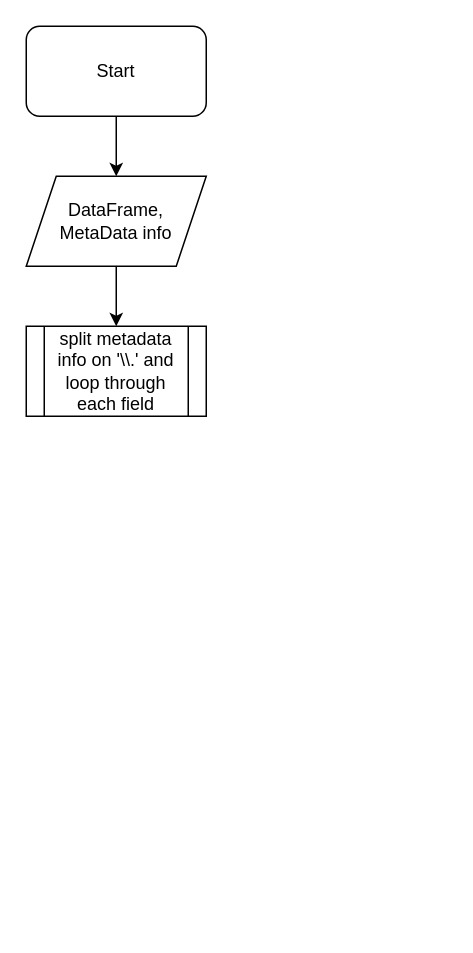
The draw.io diagram column_validation.drawio in praneethsai83/GenericProcessing, before the edit. Source tidied: cells renumbered, new cells numbered last; positions are measured from the earlier drawing's top-left corner, leaving out a move shared by most shapes. Both pictures are drawn from the tidied source at 150%, with x=0, y=0 at pixel (26, 26).
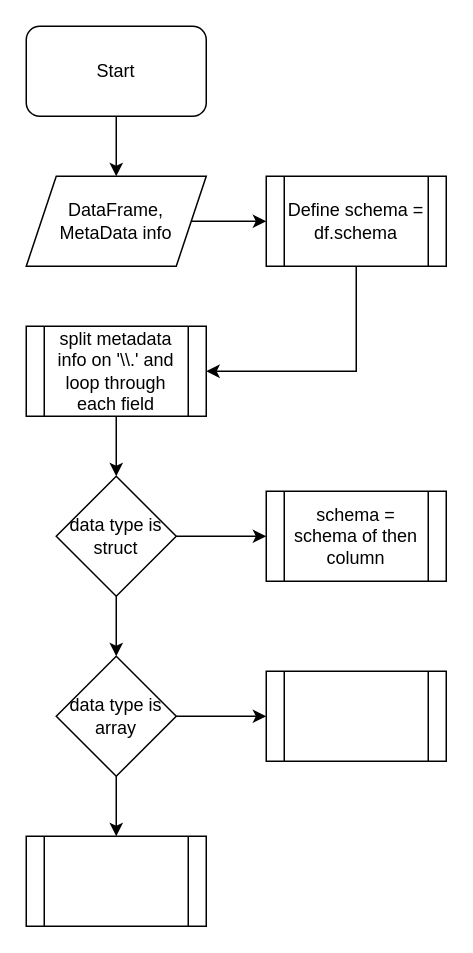
After the change.

Unchanged cells that the change refers to:
```xml
<mxCell id="5" value="DataFrame,&lt;br&gt;MetaData info" style="shape=parallelogram;perimeter=parallelogramPerimeter;whiteSpace=wrap;html=1;fixedSize=1;" parent="1" vertex="1">
  <mxGeometry y="100" width="120" height="60" as="geometry" />
</mxCell>
<mxCell id="6" value="split metadata info on '\\.' and loop through each field" style="shape=process;whiteSpace=wrap;html=1;backgroundOutline=1;" parent="1" vertex="1">
  <mxGeometry y="200" width="120" height="60" as="geometry" />
</mxCell>
```

Diff of the diagram source:
```diff
@@
-    <mxCell id="4" style="edgeStyle=orthogonalEdgeStyle;rounded=0;jettySize=auto;html=1;" parent="1" edge="1" source="5" target="6">
-      <mxGeometry relative="1" as="geometry" />
-    </mxCell>
+    <mxCell id="7" style="edgeStyle=orthogonalEdgeStyle;rounded=0;jettySize=auto;html=1;" parent="1" edge="1" source="5" target="19">
+      <mxGeometry relative="1" as="geometry" />
+    </mxCell>
@@
+    <mxCell id="8" style="edgeStyle=orthogonalEdgeStyle;rounded=0;jettySize=auto;html=1;" parent="1" edge="1" source="6" target="11">
+      <mxGeometry relative="1" as="geometry" />
+    </mxCell>
@@
+    <mxCell id="9" style="edgeStyle=orthogonalEdgeStyle;rounded=0;jettySize=auto;html=1;" parent="1" edge="1" source="11" target="14">
+      <mxGeometry relative="1" as="geometry" />
+    </mxCell>
+    <mxCell id="10" style="edgeStyle=orthogonalEdgeStyle;rounded=0;jettySize=auto;html=1;" parent="1" edge="1" source="11" target="15">
+      <mxGeometry relative="1" as="geometry" />
+    </mxCell>
+    <mxCell id="11" value="data type is struct" style="rhombus;whiteSpace=wrap;html=1;" parent="1" vertex="1">
+      <mxGeometry x="20" y="300" width="80" height="80" as="geometry" />
+    </mxCell>
+    <mxCell id="12" style="edgeStyle=orthogonalEdgeStyle;rounded=0;jettySize=auto;html=1;" parent="1" edge="1" source="14" target="16">
+      <mxGeometry relative="1" as="geometry" />
+    </mxCell>
+    <mxCell id="13" style="edgeStyle=orthogonalEdgeStyle;rounded=0;jettySize=auto;html=1;" parent="1" edge="1" source="14" target="17">
+      <mxGeometry relative="1" as="geometry" />
+    </mxCell>
+    <mxCell id="14" value="data type is array" style="rhombus;whiteSpace=wrap;html=1;" parent="1" vertex="1">
+      <mxGeometry x="20" y="420" width="80" height="80" as="geometry" />
+    </mxCell>
+    <mxCell id="15" value="schema = schema of then column" style="shape=process;whiteSpace=wrap;html=1;backgroundOutline=1;" parent="1" vertex="1">
+      <mxGeometry x="160" y="310" width="120" height="60" as="geometry" />
+    </mxCell>
+    <mxCell id="16" style="shape=process;whiteSpace=wrap;html=1;backgroundOutline=1;" parent="1" vertex="1">
+      <mxGeometry x="160" y="430" width="120" height="60" as="geometry" />
+    </mxCell>
+    <mxCell id="17" style="shape=process;whiteSpace=wrap;html=1;backgroundOutline=1;" parent="1" vertex="1">
+      <mxGeometry y="540" width="120" height="60" as="geometry" />
+    </mxCell>
+    <mxCell id="18" style="edgeStyle=orthogonalEdgeStyle;rounded=0;jettySize=auto;html=1;entryX=1;entryY=0.5;entryDx=0;entryDy=0;" parent="1" edge="1" source="19" target="6">
+      <mxGeometry relative="1" as="geometry">
+        <Array as="points">
+          <mxPoint x="220" y="230" />
+        </Array>
+      </mxGeometry>
+    </mxCell>
+    <mxCell id="19" value="Define schema = df.schema" style="shape=process;whiteSpace=wrap;html=1;backgroundOutline=1;" parent="1" vertex="1">
+      <mxGeometry x="160" y="100" width="120" height="60" as="geometry" />
+    </mxCell>
```
